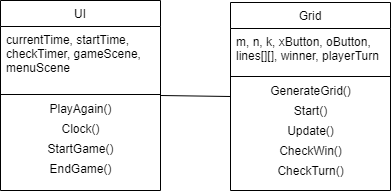
The draw.io diagram PA2/Diagrams/UML.png in jeremiahbaclig/Software-Engineering, before a commit. Source tidied: cells renumbered, new cells last; positions are measured from the earlier drawing's top-left corner, leaving out a move shared by most shapes.
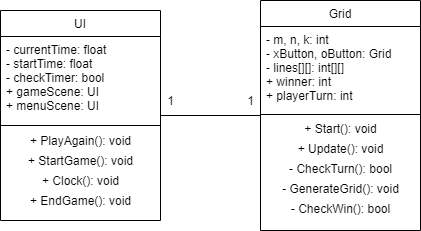
After the commit.

Commit message:
adjusted format of doc and diagram

What changed in the source:
```diff
@@ -3,52 +3,58 @@
     <mxCell id="0" />
     <mxCell id="1" parent="0" />
     <mxCell id="2" value="UI" style="swimlane;fontStyle=0;align=center;verticalAlign=top;horizontal=1;startSize=26;rounded=0;shadow=0;strokeWidth=1;" parent="1" vertex="1">
-      <mxGeometry width="160" height="190" as="geometry" />
+      <mxGeometry width="160" height="210" as="geometry" />
     </mxCell>
-    <mxCell id="3" value="currentTime, startTime, &#10;checkTimer, gameScene, &#10;menuScene" style="text;align=left;verticalAlign=top;spacingLeft=4;spacingRight=4;overflow=hidden;" parent="2" vertex="1">
-      <mxGeometry y="26" width="160" height="64" as="geometry" />
+    <mxCell id="3" value="- currentTime: float&#10;- startTime: float&#10;- checkTimer: bool&#10;+ gameScene: UI&#10;+ menuScene: UI" style="text;align=left;verticalAlign=top;spacingLeft=4;spacingRight=4;overflow=hidden;" parent="2" vertex="1">
+      <mxGeometry y="26" width="160" height="84" as="geometry" />
     </mxCell>
     <mxCell id="4" style="line;html=1;strokeWidth=1;align=left;verticalAlign=middle;spacingTop=-1;spacingLeft=3;spacingRight=3;labelPosition=right;" parent="2" vertex="1">
-      <mxGeometry y="90" width="160" height="8" as="geometry" />
+      <mxGeometry y="110" width="160" height="10" as="geometry" />
     </mxCell>
-    <mxCell id="5" value="PlayAgain()" style="text;html=1;align=center;verticalAlign=middle;" parent="2" vertex="1">
-      <mxGeometry y="98" width="160" height="20" as="geometry" />
+    <mxCell id="5" value="+ PlayAgain(): void" style="text;html=1;align=center;verticalAlign=middle;" parent="2" vertex="1">
+      <mxGeometry y="120" width="160" height="20" as="geometry" />
     </mxCell>
+    <mxCell id="7" value="+ StartGame(): void" style="text;html=1;align=center;verticalAlign=middle;" parent="2" vertex="1">
+      <mxGeometry y="140" width="160" height="20" as="geometry" />
+    </mxCell>
-    <mxCell id="6" value="Clock()" style="text;html=1;align=center;verticalAlign=middle;" parent="2" vertex="1">
-      <mxGeometry y="118" width="160" height="20" as="geometry" />
+    <mxCell id="6" value="+ Clock(): void" style="text;html=1;align=center;verticalAlign=middle;" parent="2" vertex="1">
+      <mxGeometry y="160" width="160" height="20" as="geometry" />
     </mxCell>
-    <mxCell id="7" value="StartGame()" style="text;html=1;align=center;verticalAlign=middle;" parent="2" vertex="1">
-      <mxGeometry y="138" width="160" height="20" as="geometry" />
-    </mxCell>
-    <mxCell id="8" value="EndGame()" style="text;html=1;align=center;verticalAlign=middle;" parent="2" vertex="1">
-      <mxGeometry y="158" width="160" height="20" as="geometry" />
+    <mxCell id="8" value="+ EndGame(): void" style="text;html=1;align=center;verticalAlign=middle;" parent="2" vertex="1">
+      <mxGeometry y="180" width="160" height="20" as="geometry" />
     </mxCell>
     <mxCell id="9" value="Grid" style="swimlane;fontStyle=0;align=center;verticalAlign=top;horizontal=1;startSize=26;rounded=0;shadow=0;strokeWidth=1;" parent="1" vertex="1">
-      <mxGeometry x="230" y="2" width="160" height="188" as="geometry" />
+      <mxGeometry x="260" y="-10" width="160" height="230" as="geometry" />
     </mxCell>
-    <mxCell id="10" value="m, n, k, xButton, oButton, &#10;lines[][], winner, playerTurn" style="text;align=left;verticalAlign=top;spacingLeft=4;spacingRight=4;overflow=hidden;" parent="9" vertex="1">
-      <mxGeometry y="26" width="160" height="44" as="geometry" />
+    <mxCell id="10" value="- m, n, k: int&#10;- xButton, oButton: Grid&#10;- lines[][]: int[][]&#10;+ winner: int&#10;+ playerTurn: int" style="text;align=left;verticalAlign=top;spacingLeft=4;spacingRight=4;overflow=hidden;" parent="9" vertex="1">
+      <mxGeometry y="26" width="160" height="84" as="geometry" />
     </mxCell>
     <mxCell id="11" style="line;html=1;strokeWidth=1;align=left;verticalAlign=middle;spacingTop=-1;spacingLeft=3;spacingRight=3;labelPosition=right;" parent="9" vertex="1">
-      <mxGeometry y="70" width="160" height="8" as="geometry" />
+      <mxGeometry y="110" width="160" height="8" as="geometry" />
     </mxCell>
-    <mxCell id="12" value="GenerateGrid()" style="text;html=1;align=center;verticalAlign=middle;" parent="9" vertex="1">
-      <mxGeometry y="78" width="160" height="20" as="geometry" />
-    </mxCell>
-    <mxCell id="13" value="Start()" style="text;html=1;align=center;verticalAlign=middle;" parent="9" vertex="1">
-      <mxGeometry y="98" width="160" height="20" as="geometry" />
+    <mxCell id="13" value="+ Start(): void" style="text;html=1;align=center;verticalAlign=middle;" parent="9" vertex="1">
+      <mxGeometry y="118" width="160" height="20" as="geometry" />
     </mxCell>
-    <mxCell id="14" value="Update()" style="text;html=1;align=center;verticalAlign=middle;" parent="9" vertex="1">
-      <mxGeometry y="118" width="160" height="20" as="geometry" />
+    <mxCell id="14" value="+ Update(): void" style="text;html=1;align=center;verticalAlign=middle;" parent="9" vertex="1">
+      <mxGeometry y="138" width="160" height="20" as="geometry" />
     </mxCell>
+    <mxCell id="16" value="- CheckTurn(): bool" style="text;html=1;align=center;verticalAlign=middle;" parent="9" vertex="1">
+      <mxGeometry y="158" width="160" height="20" as="geometry" />
+    </mxCell>
+    <mxCell id="12" value="- GenerateGrid(): void" style="text;html=1;align=center;verticalAlign=middle;" parent="9" vertex="1">
+      <mxGeometry y="178" width="160" height="20" as="geometry" />
+    </mxCell>
-    <mxCell id="15" value="CheckWin()" style="text;html=1;align=center;verticalAlign=middle;" parent="9" vertex="1">
-      <mxGeometry y="138" width="160" height="20" as="geometry" />
+    <mxCell id="15" value="- CheckWin(): bool" style="text;html=1;align=center;verticalAlign=middle;" parent="9" vertex="1">
+      <mxGeometry y="198" width="160" height="20" as="geometry" />
     </mxCell>
-    <mxCell id="16" value="CheckTurn()" style="text;html=1;align=center;verticalAlign=middle;" parent="9" vertex="1">
-      <mxGeometry y="158" width="160" height="20" as="geometry" />
-    </mxCell>
     <mxCell id="17" style="endArrow=none;html=1;entryX=0;entryY=0.5;entryDx=0;entryDy=0;exitX=1;exitY=0.5;exitDx=0;exitDy=0;" parent="1" edge="1" source="2" target="9">
       <mxGeometry relative="1" as="geometry" />
     </mxCell>
+    <mxCell id="18" value="1" style="text;html=1;align=center;verticalAlign=middle;" parent="1" vertex="1">
+      <mxGeometry x="160" y="80" width="20" height="20" as="geometry" />
+    </mxCell>
+    <mxCell id="19" value="1" style="text;html=1;align=center;verticalAlign=middle;" parent="1" vertex="1">
+      <mxGeometry x="240" y="80" width="20" height="20" as="geometry" />
+    </mxCell>
   </root>
 </mxGraphModel>
```
